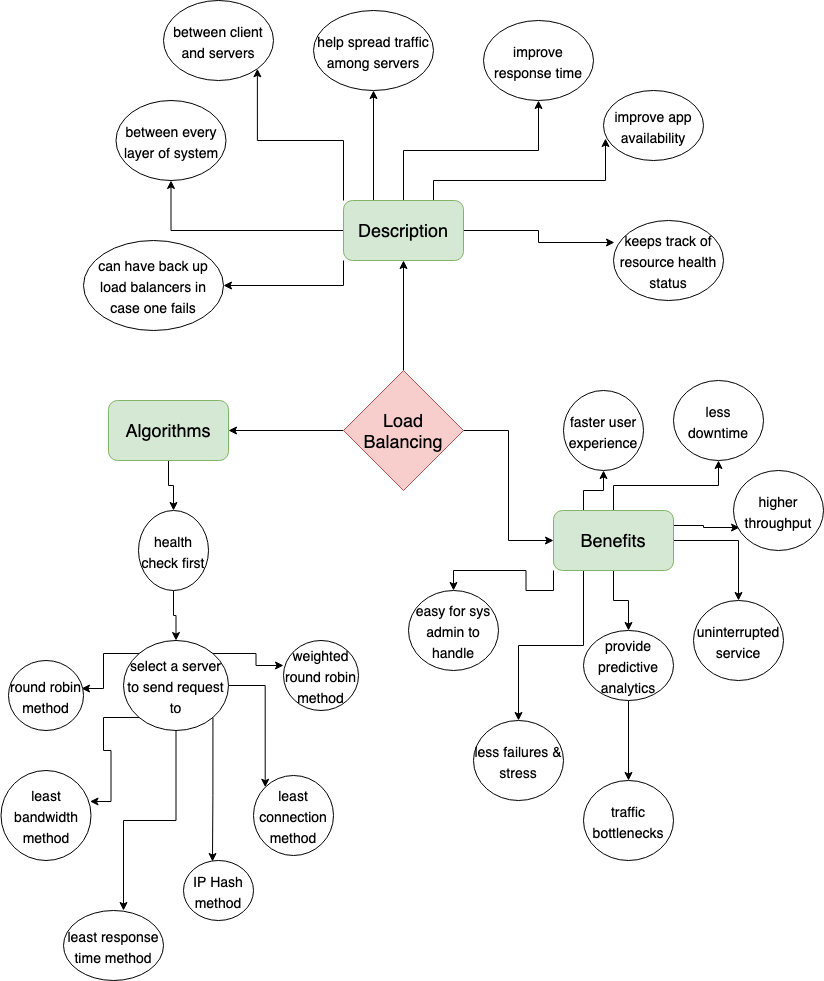
jessica-hsu/grokking_systems_design_practice keeps this draw.io diagram as load_balancing.png. Above is the earlier version. Source tidied: cells renumbered, new cells last; positions are measured from the earlier drawing's top-left corner, leaving out a move shared by most shapes. Its diagram source:
```xml
<mxGraphModel>
  <root>
    <mxCell id="0" />
    <mxCell id="1" parent="0" />
    <mxCell id="2" style="edgeStyle=orthogonalEdgeStyle;rounded=0;jettySize=auto;html=1;exitX=0.5;exitY=0;exitDx=0;exitDy=0;entryX=0.5;entryY=1;entryDx=0;entryDy=0;fontSize=14;" parent="1" edge="1" source="5" target="13">
      <mxGeometry relative="1" as="geometry" />
    </mxCell>
    <mxCell id="3" style="edgeStyle=orthogonalEdgeStyle;rounded=0;jettySize=auto;html=1;exitX=0;exitY=0.5;exitDx=0;exitDy=0;entryX=1;entryY=0.5;entryDx=0;entryDy=0;fontSize=14;" parent="1" edge="1" source="5" target="29">
      <mxGeometry relative="1" as="geometry" />
    </mxCell>
    <mxCell id="4" style="edgeStyle=orthogonalEdgeStyle;rounded=0;jettySize=auto;html=1;exitX=1;exitY=0.5;exitDx=0;exitDy=0;entryX=0;entryY=0.5;entryDx=0;entryDy=0;fontSize=14;" parent="1" edge="1" source="5" target="27">
      <mxGeometry relative="1" as="geometry" />
    </mxCell>
    <mxCell id="5" value="&lt;font style=&quot;font-size: 18px&quot;&gt;Load Balancing&lt;/font&gt;" style="rhombus;whiteSpace=wrap;html=1;fillColor=#f8cecc;strokeColor=#b85450;" parent="1" vertex="1">
      <mxGeometry x="342" y="370" width="120" height="120" as="geometry" />
    </mxCell>
    <mxCell id="6" style="edgeStyle=orthogonalEdgeStyle;rounded=0;jettySize=auto;html=1;exitX=0.25;exitY=0;exitDx=0;exitDy=0;entryX=0.5;entryY=1;entryDx=0;entryDy=0;fontSize=14;" parent="1" edge="1" source="13" target="14">
      <mxGeometry relative="1" as="geometry" />
    </mxCell>
    <mxCell id="7" style="edgeStyle=orthogonalEdgeStyle;rounded=0;jettySize=auto;html=1;exitX=0.5;exitY=0;exitDx=0;exitDy=0;fontSize=14;" parent="1" edge="1" source="13" target="15">
      <mxGeometry relative="1" as="geometry" />
    </mxCell>
    <mxCell id="8" style="edgeStyle=orthogonalEdgeStyle;rounded=0;jettySize=auto;html=1;exitX=0.75;exitY=0;exitDx=0;exitDy=0;entryX=0.02;entryY=0.686;entryDx=0;entryDy=0;entryPerimeter=0;fontSize=14;" parent="1" edge="1" source="13" target="16">
      <mxGeometry relative="1" as="geometry" />
    </mxCell>
    <mxCell id="9" style="edgeStyle=orthogonalEdgeStyle;rounded=0;jettySize=auto;html=1;exitX=1;exitY=0.5;exitDx=0;exitDy=0;entryX=0.009;entryY=0.275;entryDx=0;entryDy=0;entryPerimeter=0;fontSize=14;" parent="1" edge="1" source="13" target="17">
      <mxGeometry relative="1" as="geometry" />
    </mxCell>
    <mxCell id="10" style="edgeStyle=orthogonalEdgeStyle;rounded=0;jettySize=auto;html=1;exitX=0;exitY=0;exitDx=0;exitDy=0;entryX=1;entryY=1;entryDx=0;entryDy=0;fontSize=14;" parent="1" edge="1" source="13" target="18">
      <mxGeometry relative="1" as="geometry" />
    </mxCell>
    <mxCell id="11" style="edgeStyle=orthogonalEdgeStyle;rounded=0;jettySize=auto;html=1;exitX=0;exitY=1;exitDx=0;exitDy=0;fontSize=14;" parent="1" edge="1" source="13" target="30">
      <mxGeometry relative="1" as="geometry" />
    </mxCell>
    <mxCell id="12" style="edgeStyle=orthogonalEdgeStyle;rounded=0;jettySize=auto;html=1;exitX=0;exitY=0.5;exitDx=0;exitDy=0;fontSize=14;" parent="1" edge="1" source="13" target="19">
      <mxGeometry relative="1" as="geometry" />
    </mxCell>
    <mxCell id="13" value="Description" style="rounded=1;whiteSpace=wrap;html=1;fontSize=18;fillColor=#d5e8d4;strokeColor=#82b366;" parent="1" vertex="1">
      <mxGeometry x="342" y="200" width="120" height="60" as="geometry" />
    </mxCell>
    <mxCell id="14" value="&lt;font style=&quot;font-size: 14px&quot;&gt;help spread traffic among servers&lt;/font&gt;" style="ellipse;whiteSpace=wrap;html=1;fontSize=18;" parent="1" vertex="1">
      <mxGeometry x="312" y="10" width="120" height="80" as="geometry" />
    </mxCell>
    <mxCell id="15" value="&lt;font style=&quot;font-size: 14px&quot;&gt;improve response time&lt;/font&gt;" style="ellipse;whiteSpace=wrap;html=1;fontSize=18;" parent="1" vertex="1">
      <mxGeometry x="482" y="20" width="110" height="80" as="geometry" />
    </mxCell>
    <mxCell id="16" value="&lt;font style=&quot;font-size: 14px&quot;&gt;improve app availability&lt;/font&gt;" style="ellipse;whiteSpace=wrap;html=1;fontSize=18;" parent="1" vertex="1">
      <mxGeometry x="602" y="90" width="100" height="70" as="geometry" />
    </mxCell>
    <mxCell id="17" value="&lt;font style=&quot;font-size: 14px&quot;&gt;keeps track of resource health status&lt;/font&gt;" style="ellipse;whiteSpace=wrap;html=1;fontSize=18;" parent="1" vertex="1">
      <mxGeometry x="612" y="220" width="110" height="80" as="geometry" />
    </mxCell>
    <mxCell id="18" value="&lt;font style=&quot;font-size: 14px&quot;&gt;between client and servers&lt;/font&gt;" style="ellipse;whiteSpace=wrap;html=1;fontSize=18;" parent="1" vertex="1">
      <mxGeometry x="162" width="110" height="80" as="geometry" />
    </mxCell>
    <mxCell id="19" value="&lt;font style=&quot;font-size: 14px&quot;&gt;between every layer of system&lt;/font&gt;" style="ellipse;whiteSpace=wrap;html=1;fontSize=18;" parent="1" vertex="1">
      <mxGeometry x="114.5" y="100" width="110" height="80" as="geometry" />
    </mxCell>
    <mxCell id="20" style="edgeStyle=orthogonalEdgeStyle;rounded=0;jettySize=auto;html=1;exitX=0.25;exitY=0;exitDx=0;exitDy=0;entryX=0.5;entryY=1;entryDx=0;entryDy=0;fontSize=14;" parent="1" edge="1" source="27" target="31">
      <mxGeometry relative="1" as="geometry" />
    </mxCell>
    <mxCell id="21" style="edgeStyle=orthogonalEdgeStyle;rounded=0;jettySize=auto;html=1;fontSize=14;" parent="1" edge="1" source="27" target="33">
      <mxGeometry relative="1" as="geometry" />
    </mxCell>
    <mxCell id="22" style="edgeStyle=orthogonalEdgeStyle;rounded=0;jettySize=auto;html=1;exitX=1;exitY=0.25;exitDx=0;exitDy=0;entryX=0.067;entryY=0.713;entryDx=0;entryDy=0;entryPerimeter=0;fontSize=14;" parent="1" edge="1" source="27" target="34">
      <mxGeometry relative="1" as="geometry" />
    </mxCell>
    <mxCell id="23" style="edgeStyle=orthogonalEdgeStyle;rounded=0;jettySize=auto;html=1;exitX=1;exitY=0.5;exitDx=0;exitDy=0;fontSize=14;" parent="1" edge="1" source="27" target="32">
      <mxGeometry relative="1" as="geometry" />
    </mxCell>
    <mxCell id="24" style="edgeStyle=orthogonalEdgeStyle;rounded=0;jettySize=auto;html=1;exitX=0.5;exitY=1;exitDx=0;exitDy=0;fontSize=14;" parent="1" edge="1" source="27" target="37">
      <mxGeometry relative="1" as="geometry" />
    </mxCell>
    <mxCell id="25" style="edgeStyle=orthogonalEdgeStyle;rounded=0;jettySize=auto;html=1;exitX=0.25;exitY=1;exitDx=0;exitDy=0;fontSize=14;" parent="1" edge="1" source="27" target="39">
      <mxGeometry relative="1" as="geometry" />
    </mxCell>
    <mxCell id="26" style="edgeStyle=orthogonalEdgeStyle;rounded=0;jettySize=auto;html=1;exitX=0;exitY=1;exitDx=0;exitDy=0;fontSize=14;" parent="1" edge="1" source="27" target="35">
      <mxGeometry relative="1" as="geometry" />
    </mxCell>
    <mxCell id="27" value="Benefits" style="rounded=1;whiteSpace=wrap;html=1;fontSize=18;fillColor=#d5e8d4;strokeColor=#82b366;" parent="1" vertex="1">
      <mxGeometry x="552" y="510" width="120" height="60" as="geometry" />
    </mxCell>
    <mxCell id="28" style="edgeStyle=orthogonalEdgeStyle;rounded=0;jettySize=auto;html=1;exitX=0.5;exitY=1;exitDx=0;exitDy=0;entryX=0.5;entryY=0;entryDx=0;entryDy=0;fontSize=14;" parent="1" edge="1" source="29" target="41">
      <mxGeometry relative="1" as="geometry" />
    </mxCell>
    <mxCell id="29" value="Algorithms" style="rounded=1;whiteSpace=wrap;html=1;fontSize=18;fillColor=#d5e8d4;strokeColor=#82b366;" parent="1" vertex="1">
      <mxGeometry x="107" y="400" width="120" height="60" as="geometry" />
    </mxCell>
    <mxCell id="30" value="&lt;font style=&quot;font-size: 14px&quot;&gt;can have back up load balancers in case one fails&lt;/font&gt;" style="ellipse;whiteSpace=wrap;html=1;fontSize=18;" parent="1" vertex="1">
      <mxGeometry x="82" y="240" width="140" height="90" as="geometry" />
    </mxCell>
    <mxCell id="31" value="&lt;font style=&quot;font-size: 14px&quot;&gt;faster user experience&lt;/font&gt;" style="ellipse;whiteSpace=wrap;html=1;fontSize=18;" parent="1" vertex="1">
      <mxGeometry x="562" y="390" width="80" height="80" as="geometry" />
    </mxCell>
    <mxCell id="32" value="&lt;font style=&quot;font-size: 14px&quot;&gt;uninterrupted service&lt;/font&gt;" style="ellipse;whiteSpace=wrap;html=1;fontSize=18;" parent="1" vertex="1">
      <mxGeometry x="692" y="600" width="90" height="80" as="geometry" />
    </mxCell>
    <mxCell id="33" value="&lt;font style=&quot;font-size: 14px&quot;&gt;less downtime&lt;/font&gt;" style="ellipse;whiteSpace=wrap;html=1;fontSize=18;" parent="1" vertex="1">
      <mxGeometry x="672" y="380" width="90" height="80" as="geometry" />
    </mxCell>
    <mxCell id="34" value="&lt;span style=&quot;font-size: 14px&quot;&gt;higher throughput&lt;/span&gt;" style="ellipse;whiteSpace=wrap;html=1;fontSize=18;" parent="1" vertex="1">
      <mxGeometry x="732" y="470" width="90" height="80" as="geometry" />
    </mxCell>
    <mxCell id="35" value="&lt;span style=&quot;font-size: 14px&quot;&gt;easy for sys admin to handle&lt;/span&gt;" style="ellipse;whiteSpace=wrap;html=1;fontSize=18;" parent="1" vertex="1">
      <mxGeometry x="407" y="590" width="90" height="80" as="geometry" />
    </mxCell>
    <mxCell id="36" style="edgeStyle=orthogonalEdgeStyle;rounded=0;jettySize=auto;html=1;exitX=0.5;exitY=1;exitDx=0;exitDy=0;fontSize=14;" parent="1" edge="1" source="37" target="38">
      <mxGeometry relative="1" as="geometry" />
    </mxCell>
    <mxCell id="37" value="&lt;span style=&quot;font-size: 14px&quot;&gt;provide predictive analytics&lt;/span&gt;" style="ellipse;whiteSpace=wrap;html=1;fontSize=18;" parent="1" vertex="1">
      <mxGeometry x="582" y="630" width="90" height="70" as="geometry" />
    </mxCell>
    <mxCell id="38" value="&lt;span style=&quot;font-size: 14px&quot;&gt;traffic bottlenecks&lt;/span&gt;" style="ellipse;whiteSpace=wrap;html=1;fontSize=18;" parent="1" vertex="1">
      <mxGeometry x="582" y="780" width="90" height="80" as="geometry" />
    </mxCell>
    <mxCell id="39" value="&lt;span style=&quot;font-size: 14px&quot;&gt;less failures &amp;amp; stress&lt;/span&gt;" style="ellipse;whiteSpace=wrap;html=1;fontSize=18;" parent="1" vertex="1">
      <mxGeometry x="472" y="720" width="90" height="80" as="geometry" />
    </mxCell>
    <mxCell id="40" style="edgeStyle=orthogonalEdgeStyle;rounded=0;jettySize=auto;html=1;exitX=0.5;exitY=1;exitDx=0;exitDy=0;fontSize=14;" parent="1" edge="1" source="41" target="48">
      <mxGeometry relative="1" as="geometry" />
    </mxCell>
    <mxCell id="41" value="&lt;span style=&quot;font-size: 14px&quot;&gt;health check first&lt;/span&gt;" style="ellipse;whiteSpace=wrap;html=1;fontSize=18;" parent="1" vertex="1">
      <mxGeometry x="137" y="510" width="70" height="80" as="geometry" />
    </mxCell>
    <mxCell id="42" style="edgeStyle=orthogonalEdgeStyle;rounded=0;jettySize=auto;html=1;exitX=1;exitY=0;exitDx=0;exitDy=0;entryX=0;entryY=0.357;entryDx=0;entryDy=0;entryPerimeter=0;fontSize=14;" parent="1" edge="1" source="48" target="53">
      <mxGeometry relative="1" as="geometry" />
    </mxCell>
    <mxCell id="43" style="edgeStyle=orthogonalEdgeStyle;rounded=0;jettySize=auto;html=1;exitX=1;exitY=0.5;exitDx=0;exitDy=0;entryX=0;entryY=0;entryDx=0;entryDy=0;fontSize=14;" parent="1" edge="1" source="48" target="49">
      <mxGeometry relative="1" as="geometry" />
    </mxCell>
    <mxCell id="44" style="edgeStyle=orthogonalEdgeStyle;rounded=0;jettySize=auto;html=1;exitX=1;exitY=1;exitDx=0;exitDy=0;entryX=0.414;entryY=0.017;entryDx=0;entryDy=0;entryPerimeter=0;fontSize=14;" parent="1" edge="1" source="48" target="54">
      <mxGeometry relative="1" as="geometry" />
    </mxCell>
    <mxCell id="45" style="edgeStyle=orthogonalEdgeStyle;rounded=0;jettySize=auto;html=1;exitX=0.5;exitY=1;exitDx=0;exitDy=0;entryX=0.6;entryY=0;entryDx=0;entryDy=0;entryPerimeter=0;fontSize=14;" parent="1" edge="1" source="48" target="50">
      <mxGeometry relative="1" as="geometry" />
    </mxCell>
    <mxCell id="46" style="edgeStyle=orthogonalEdgeStyle;rounded=0;jettySize=auto;html=1;exitX=0;exitY=1;exitDx=0;exitDy=0;entryX=0.989;entryY=0.344;entryDx=0;entryDy=0;entryPerimeter=0;fontSize=14;" parent="1" edge="1" source="48" target="51">
      <mxGeometry relative="1" as="geometry" />
    </mxCell>
    <mxCell id="47" style="edgeStyle=orthogonalEdgeStyle;rounded=0;jettySize=auto;html=1;exitX=0;exitY=0;exitDx=0;exitDy=0;entryX=0.973;entryY=0.4;entryDx=0;entryDy=0;entryPerimeter=0;fontSize=14;" parent="1" edge="1" source="48" target="52">
      <mxGeometry relative="1" as="geometry" />
    </mxCell>
    <mxCell id="48" value="&lt;span style=&quot;font-size: 14px&quot;&gt;select a server to send request to&lt;/span&gt;" style="ellipse;whiteSpace=wrap;html=1;fontSize=18;" parent="1" vertex="1">
      <mxGeometry x="122" y="640" width="105" height="90" as="geometry" />
    </mxCell>
    <mxCell id="49" value="&lt;span style=&quot;font-size: 14px&quot;&gt;least connection method&lt;/span&gt;" style="ellipse;whiteSpace=wrap;html=1;fontSize=18;" parent="1" vertex="1">
      <mxGeometry x="252" y="775" width="80" height="80" as="geometry" />
    </mxCell>
    <mxCell id="50" value="&lt;span style=&quot;font-size: 14px&quot;&gt;least response time method&lt;/span&gt;" style="ellipse;whiteSpace=wrap;html=1;fontSize=18;" parent="1" vertex="1">
      <mxGeometry x="62" y="910" width="100" height="70" as="geometry" />
    </mxCell>
    <mxCell id="51" value="&lt;span style=&quot;font-size: 14px&quot;&gt;least bandwidth method&lt;/span&gt;" style="ellipse;whiteSpace=wrap;html=1;fontSize=18;" parent="1" vertex="1">
      <mxGeometry x="-0.5" y="770" width="90" height="90" as="geometry" />
    </mxCell>
    <mxCell id="52" value="&lt;span style=&quot;font-size: 14px&quot;&gt;round robin method&lt;/span&gt;" style="ellipse;whiteSpace=wrap;html=1;fontSize=18;" parent="1" vertex="1">
      <mxGeometry x="7" y="660" width="75" height="70" as="geometry" />
    </mxCell>
    <mxCell id="53" value="&lt;span style=&quot;font-size: 14px&quot;&gt;weighted round robin method&lt;/span&gt;" style="ellipse;whiteSpace=wrap;html=1;fontSize=18;" parent="1" vertex="1">
      <mxGeometry x="282" y="640" width="75" height="70" as="geometry" />
    </mxCell>
    <mxCell id="54" value="&lt;span style=&quot;font-size: 14px&quot;&gt;IP Hash method&lt;/span&gt;" style="ellipse;whiteSpace=wrap;html=1;fontSize=18;" parent="1" vertex="1">
      <mxGeometry x="182" y="860" width="70" height="60" as="geometry" />
    </mxCell>
    <mxCell id="55" style="edgeStyle=orthogonalEdgeStyle;rounded=0;orthogonalLoop=1;jettySize=auto;html=1;exitX=0.5;exitY=1;exitDx=0;exitDy=0;fontSize=14;" parent="1" edge="1" source="51" target="51">
      <mxGeometry relative="1" as="geometry" />
    </mxCell>
  </root>
</mxGraphModel>
```
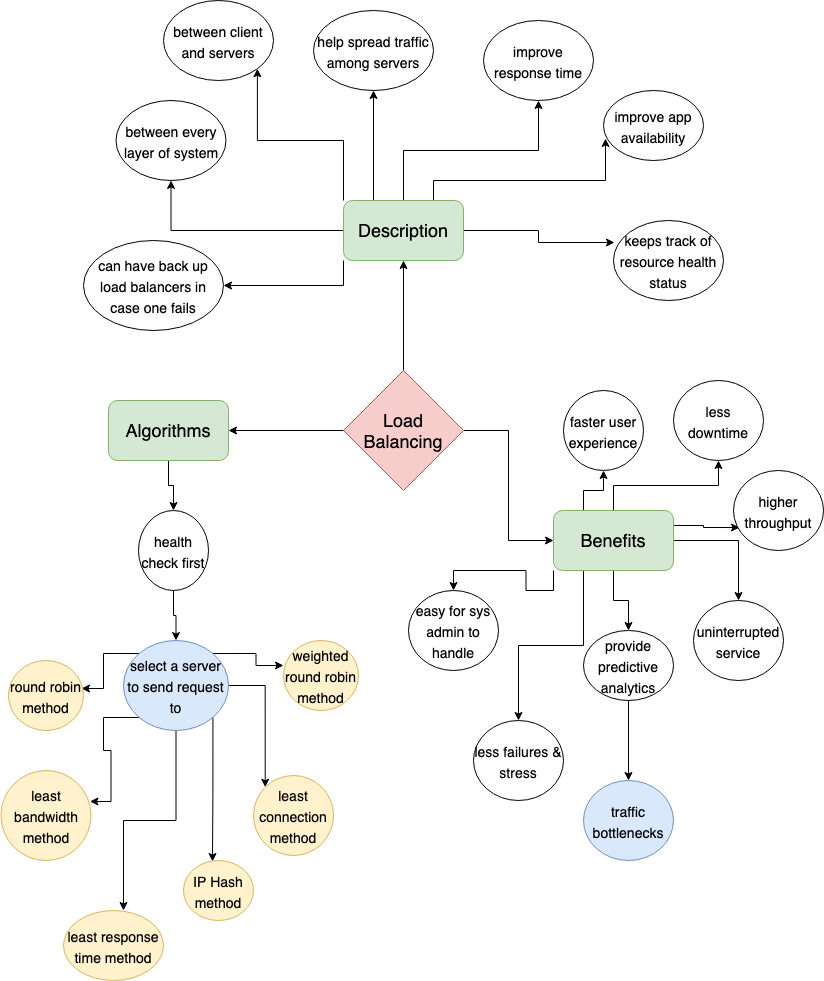
Later version of the same file.

What changed in the source:
```diff
@@ -110,7 +110,7 @@
     <mxCell id="37" value="&lt;span style=&quot;font-size: 14px&quot;&gt;provide predictive analytics&lt;/span&gt;" style="ellipse;whiteSpace=wrap;html=1;fontSize=18;" parent="1" vertex="1">
       <mxGeometry x="582" y="630" width="90" height="70" as="geometry" />
     </mxCell>
-    <mxCell id="38" value="&lt;span style=&quot;font-size: 14px&quot;&gt;traffic bottlenecks&lt;/span&gt;" style="ellipse;whiteSpace=wrap;html=1;fontSize=18;" parent="1" vertex="1">
+    <mxCell id="38" value="&lt;span style=&quot;font-size: 14px&quot;&gt;traffic bottlenecks&lt;/span&gt;" style="ellipse;whiteSpace=wrap;html=1;fontSize=18;fillColor=#dae8fc;strokeColor=#6c8ebf;" parent="1" vertex="1">
       <mxGeometry x="582" y="780" width="90" height="80" as="geometry" />
     </mxCell>
     <mxCell id="39" value="&lt;span style=&quot;font-size: 14px&quot;&gt;less failures &amp;amp; stress&lt;/span&gt;" style="ellipse;whiteSpace=wrap;html=1;fontSize=18;" parent="1" vertex="1">
@@ -140,25 +140,25 @@
     <mxCell id="47" style="edgeStyle=orthogonalEdgeStyle;rounded=0;jettySize=auto;html=1;exitX=0;exitY=0;exitDx=0;exitDy=0;entryX=0.973;entryY=0.4;entryDx=0;entryDy=0;entryPerimeter=0;fontSize=14;" parent="1" edge="1" source="48" target="52">
       <mxGeometry relative="1" as="geometry" />
     </mxCell>
-    <mxCell id="48" value="&lt;span style=&quot;font-size: 14px&quot;&gt;select a server to send request to&lt;/span&gt;" style="ellipse;whiteSpace=wrap;html=1;fontSize=18;" parent="1" vertex="1">
+    <mxCell id="48" value="&lt;span style=&quot;font-size: 14px&quot;&gt;select a server to send request to&lt;/span&gt;" style="ellipse;whiteSpace=wrap;html=1;fontSize=18;fillColor=#dae8fc;strokeColor=#6c8ebf;" parent="1" vertex="1">
       <mxGeometry x="122" y="640" width="105" height="90" as="geometry" />
     </mxCell>
-    <mxCell id="49" value="&lt;span style=&quot;font-size: 14px&quot;&gt;least connection method&lt;/span&gt;" style="ellipse;whiteSpace=wrap;html=1;fontSize=18;" parent="1" vertex="1">
+    <mxCell id="49" value="&lt;span style=&quot;font-size: 14px&quot;&gt;least connection method&lt;/span&gt;" style="ellipse;whiteSpace=wrap;html=1;fontSize=18;fillColor=#fff2cc;strokeColor=#d6b656;" parent="1" vertex="1">
       <mxGeometry x="252" y="775" width="80" height="80" as="geometry" />
     </mxCell>
-    <mxCell id="50" value="&lt;span style=&quot;font-size: 14px&quot;&gt;least response time method&lt;/span&gt;" style="ellipse;whiteSpace=wrap;html=1;fontSize=18;" parent="1" vertex="1">
+    <mxCell id="50" value="&lt;span style=&quot;font-size: 14px&quot;&gt;least response time method&lt;/span&gt;" style="ellipse;whiteSpace=wrap;html=1;fontSize=18;fillColor=#fff2cc;strokeColor=#d6b656;" parent="1" vertex="1">
       <mxGeometry x="62" y="910" width="100" height="70" as="geometry" />
     </mxCell>
-    <mxCell id="51" value="&lt;span style=&quot;font-size: 14px&quot;&gt;least bandwidth method&lt;/span&gt;" style="ellipse;whiteSpace=wrap;html=1;fontSize=18;" parent="1" vertex="1">
+    <mxCell id="51" value="&lt;span style=&quot;font-size: 14px&quot;&gt;least bandwidth method&lt;/span&gt;" style="ellipse;whiteSpace=wrap;html=1;fontSize=18;fillColor=#fff2cc;strokeColor=#d6b656;" parent="1" vertex="1">
       <mxGeometry x="-0.5" y="770" width="90" height="90" as="geometry" />
     </mxCell>
-    <mxCell id="52" value="&lt;span style=&quot;font-size: 14px&quot;&gt;round robin method&lt;/span&gt;" style="ellipse;whiteSpace=wrap;html=1;fontSize=18;" parent="1" vertex="1">
+    <mxCell id="52" value="&lt;span style=&quot;font-size: 14px&quot;&gt;round robin method&lt;/span&gt;" style="ellipse;whiteSpace=wrap;html=1;fontSize=18;fillColor=#fff2cc;strokeColor=#d6b656;" parent="1" vertex="1">
       <mxGeometry x="7" y="660" width="75" height="70" as="geometry" />
     </mxCell>
-    <mxCell id="53" value="&lt;span style=&quot;font-size: 14px&quot;&gt;weighted round robin method&lt;/span&gt;" style="ellipse;whiteSpace=wrap;html=1;fontSize=18;" parent="1" vertex="1">
+    <mxCell id="53" value="&lt;span style=&quot;font-size: 14px&quot;&gt;weighted round robin method&lt;/span&gt;" style="ellipse;whiteSpace=wrap;html=1;fontSize=18;fillColor=#fff2cc;strokeColor=#d6b656;" parent="1" vertex="1">
       <mxGeometry x="282" y="640" width="75" height="70" as="geometry" />
     </mxCell>
-    <mxCell id="54" value="&lt;span style=&quot;font-size: 14px&quot;&gt;IP Hash method&lt;/span&gt;" style="ellipse;whiteSpace=wrap;html=1;fontSize=18;" parent="1" vertex="1">
+    <mxCell id="54" value="&lt;span style=&quot;font-size: 14px&quot;&gt;IP Hash method&lt;/span&gt;" style="ellipse;whiteSpace=wrap;html=1;fontSize=18;fillColor=#fff2cc;strokeColor=#d6b656;" parent="1" vertex="1">
       <mxGeometry x="182" y="860" width="70" height="60" as="geometry" />
     </mxCell>
     <mxCell id="55" style="edgeStyle=orthogonalEdgeStyle;rounded=0;orthogonalLoop=1;jettySize=auto;html=1;exitX=0.5;exitY=1;exitDx=0;exitDy=0;fontSize=14;" parent="1" edge="1" source="51" target="51">
```
